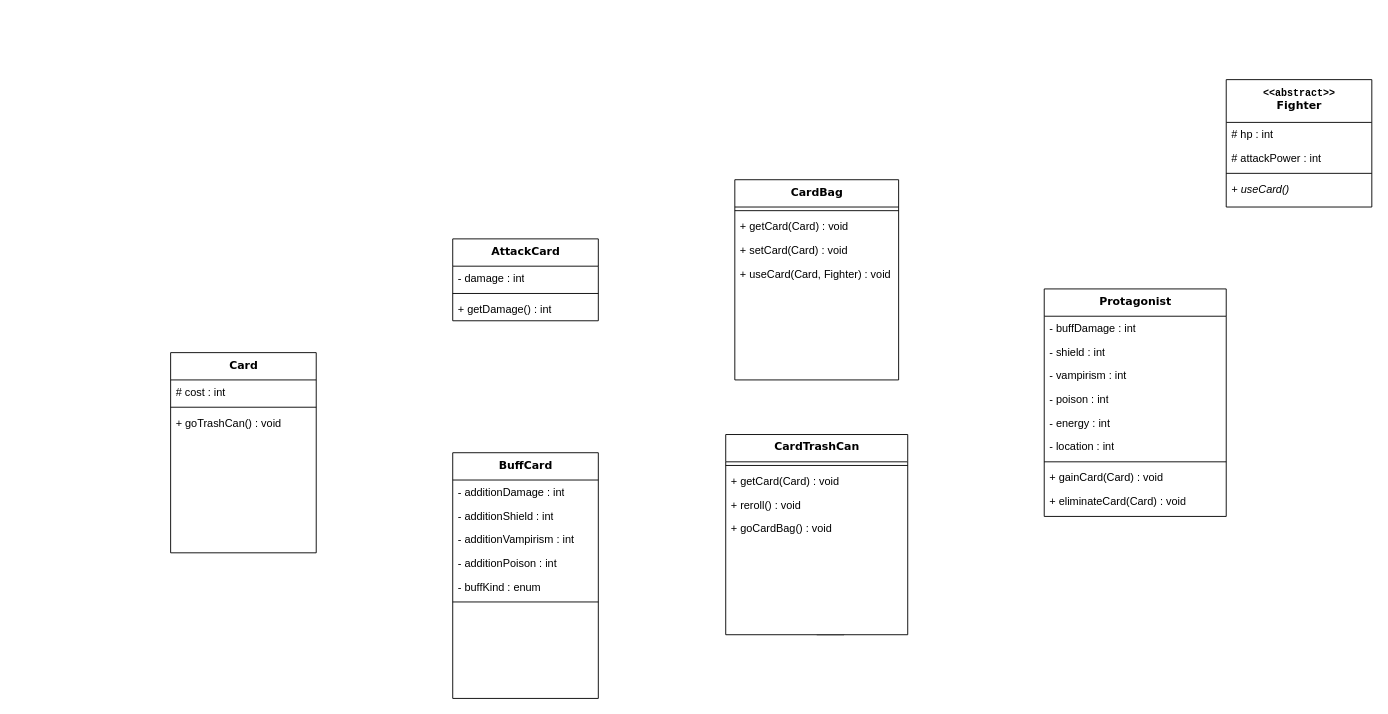
Above: ClassDiagram.drawio in Yoo-SH/slay-of-spire (draw.io), before the change. Source tidied: cells renumbered, new cells numbered last; positions are measured from the earlier drawing's top-left corner, leaving out a move shared by most shapes. Both pictures are drawn from the tidied source at 91%, with x=0, y=0 at pixel (170, 79).
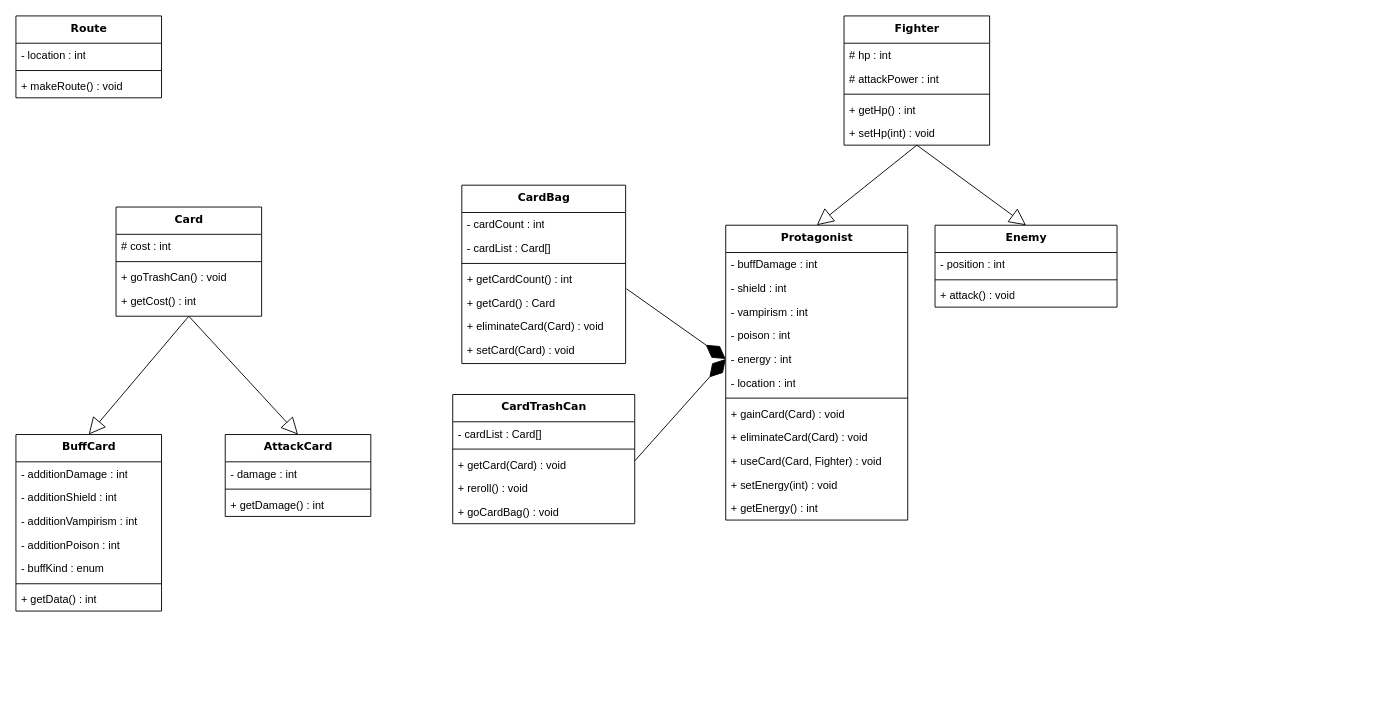
The same page after the edit.

The change refers to these unchanged cells:
```xml
<mxCell id="12" value="- energy&amp;nbsp;&lt;span style=&quot;background-color: initial;&quot;&gt;: int&lt;/span&gt;" style="text;html=1;strokeColor=none;fillColor=none;align=left;verticalAlign=top;spacingLeft=4;spacingRight=4;whiteSpace=wrap;overflow=hidden;points=[[0,0.5],[1,0.5]];portConstraint=eastwest;" parent="7" vertex="1">
  <mxGeometry y="134" width="200" height="26" as="geometry" />
</mxCell>
```

What changed in the source:
```diff
@@
-    <mxCell id="2" value="&lt;font style=&quot;font-size: 11px;&quot; face=&quot;Courier New&quot;&gt;&amp;lt;&amp;lt;abstract&amp;gt;&amp;gt;&lt;/font&gt;&lt;br&gt;Fighter" style="swimlane;html=1;fontStyle=1;align=center;verticalAlign=top;horizontal=1;startSize=47;swimlaneFillColor=#ffffff;rounded=0;shadow=0;comic=0;labelBackgroundColor=none;strokeWidth=1;fillColor=none;fontFamily=Verdana;fontSize=12;" parent="1" vertex="1">
-      <mxGeometry x="1160" width="160" height="140" as="geometry" />
+    <mxCell id="2" value="Fighter" style="swimlane;html=1;fontStyle=1;align=center;verticalAlign=top;horizontal=1;startSize=30;swimlaneFillColor=#ffffff;rounded=0;shadow=0;comic=0;labelBackgroundColor=none;strokeWidth=1;fillColor=none;fontFamily=Verdana;fontSize=12;" parent="1" vertex="1">
+      <mxGeometry x="740" y="-70" width="160" height="142" as="geometry" />
     </mxCell>
     <mxCell id="3" value="# hp : int" style="text;html=1;strokeColor=none;fillColor=none;align=left;verticalAlign=top;spacingLeft=4;spacingRight=4;whiteSpace=wrap;overflow=hidden;" parent="2" vertex="1">
-      <mxGeometry y="47" width="160" height="26" as="geometry" />
+      <mxGeometry y="30" width="160" height="26" as="geometry" />
     </mxCell>
     <mxCell id="4" value="# attackPower : int" style="text;html=1;strokeColor=none;fillColor=none;align=left;verticalAlign=top;spacingLeft=4;spacingRight=4;whiteSpace=wrap;overflow=hidden;" parent="2" vertex="1">
-      <mxGeometry y="73" width="160" height="26" as="geometry" />
+      <mxGeometry y="56" width="160" height="26" as="geometry" />
     </mxCell>
     <mxCell id="5" style="line;html=1;strokeWidth=1;fillColor=none;align=left;verticalAlign=middle;spacingTop=-1;spacingLeft=3;spacingRight=3;labelPosition=right;" parent="2" vertex="1">
-      <mxGeometry y="99" width="160" height="8" as="geometry" />
+      <mxGeometry y="82" width="160" height="8" as="geometry" />
     </mxCell>
-    <mxCell id="6" value="&lt;i&gt;+ useCard()&lt;/i&gt;" style="text;html=1;strokeColor=none;fillColor=none;align=left;verticalAlign=top;spacingLeft=4;spacingRight=4;whiteSpace=wrap;overflow=hidden;" parent="2" vertex="1">
-      <mxGeometry y="107" width="160" height="26" as="geometry" />
-    </mxCell>
+    <mxCell id="43" value="+ getHp() : int" style="text;html=1;strokeColor=none;fillColor=none;align=left;verticalAlign=top;spacingLeft=4;spacingRight=4;whiteSpace=wrap;overflow=hidden;" parent="2" vertex="1">
+      <mxGeometry y="90" width="160" height="26" as="geometry" />
+    </mxCell>
+    <mxCell id="44" value="+ setHp(int) : void" style="text;html=1;strokeColor=none;fillColor=none;align=left;verticalAlign=top;spacingLeft=4;spacingRight=4;whiteSpace=wrap;overflow=hidden;" parent="2" vertex="1">
+      <mxGeometry y="116" width="160" height="26" as="geometry" />
+    </mxCell>
     <mxCell id="7" value="Protagonist" style="swimlane;html=1;fontStyle=1;align=center;verticalAlign=top;horizontal=1;startSize=30;swimlaneFillColor=#ffffff;rounded=0;shadow=0;comic=0;labelBackgroundColor=none;strokeWidth=1;fillColor=none;fontFamily=Verdana;fontSize=12;" parent="1" vertex="1">
-      <mxGeometry x="960" y="230" width="200" height="250" as="geometry" />
+      <mxGeometry x="610" y="160" width="200" height="324" as="geometry" />
     </mxCell>
@@
+    <mxCell id="21" value="+ useCard(Card, Fighter) : void" style="text;html=1;strokeColor=none;fillColor=none;align=left;verticalAlign=top;spacingLeft=4;spacingRight=4;whiteSpace=wrap;overflow=hidden;" parent="7" vertex="1">
+      <mxGeometry y="246" width="200" height="26" as="geometry" />
+    </mxCell>
+    <mxCell id="45" value="+ setEnergy(int) : void" style="text;html=1;strokeColor=none;fillColor=none;align=left;verticalAlign=top;spacingLeft=4;spacingRight=4;whiteSpace=wrap;overflow=hidden;" parent="7" vertex="1">
+      <mxGeometry y="272" width="200" height="26" as="geometry" />
+    </mxCell>
+    <mxCell id="46" value="+ getEnergy() : int" style="text;html=1;strokeColor=none;fillColor=none;align=left;verticalAlign=top;spacingLeft=4;spacingRight=4;whiteSpace=wrap;overflow=hidden;" parent="7" vertex="1">
+      <mxGeometry y="298" width="200" height="26" as="geometry" />
+    </mxCell>
     <mxCell id="17" value="CardBag" style="swimlane;html=1;fontStyle=1;align=center;verticalAlign=top;horizontal=1;startSize=30;swimlaneFillColor=#ffffff;rounded=0;shadow=0;comic=0;labelBackgroundColor=none;strokeWidth=1;fillColor=none;fontFamily=Verdana;fontSize=12;" parent="1" vertex="1">
-      <mxGeometry x="620" y="110" width="180" height="220" as="geometry" />
+      <mxGeometry x="320" y="116" width="180" height="196" as="geometry" />
     </mxCell>
+    <mxCell id="47" value="- cardCount : int" style="text;html=1;strokeColor=none;fillColor=none;align=left;verticalAlign=top;spacingLeft=4;spacingRight=4;whiteSpace=wrap;overflow=hidden;" parent="17" vertex="1">
+      <mxGeometry y="30" width="180" height="26" as="geometry" />
+    </mxCell>
+    <mxCell id="48" value="- cardList : Card[]" style="text;html=1;strokeColor=none;fillColor=none;align=left;verticalAlign=top;spacingLeft=4;spacingRight=4;whiteSpace=wrap;overflow=hidden;" parent="17" vertex="1">
+      <mxGeometry y="56" width="180" height="26" as="geometry" />
+    </mxCell>
     <mxCell id="18" style="line;html=1;strokeWidth=1;fillColor=none;align=left;verticalAlign=middle;spacingTop=-1;spacingLeft=3;spacingRight=3;labelPosition=right;" parent="17" vertex="1">
-      <mxGeometry y="30" width="180" height="8" as="geometry" />
+      <mxGeometry y="82" width="180" height="8" as="geometry" />
     </mxCell>
-    <mxCell id="19" value="+ getCard(Card) : void" style="text;html=1;strokeColor=none;fillColor=none;align=left;verticalAlign=top;spacingLeft=4;spacingRight=4;whiteSpace=wrap;overflow=hidden;" parent="17" vertex="1">
-      <mxGeometry y="38" width="180" height="26" as="geometry" />
-    </mxCell>
+    <mxCell id="49" value="+ getCardCount() : int" style="text;html=1;strokeColor=none;fillColor=none;align=left;verticalAlign=top;spacingLeft=4;spacingRight=4;whiteSpace=wrap;overflow=hidden;" parent="17" vertex="1">
+      <mxGeometry y="90" width="180" height="26" as="geometry" />
+    </mxCell>
+    <mxCell id="50" value="+ getCard() : Card" style="text;html=1;strokeColor=none;fillColor=none;align=left;verticalAlign=top;spacingLeft=4;spacingRight=4;whiteSpace=wrap;overflow=hidden;points=[[0,0.5],[1,0.5]];portConstraint=eastwest;" parent="17" vertex="1">
+      <mxGeometry y="116" width="180" height="26" as="geometry" />
+    </mxCell>
+    <mxCell id="51" value="+ eliminateCard(Card) : void" style="text;html=1;strokeColor=none;fillColor=none;align=left;verticalAlign=top;spacingLeft=4;spacingRight=4;whiteSpace=wrap;overflow=hidden;" parent="17" vertex="1">
+      <mxGeometry y="142" width="180" height="26" as="geometry" />
+    </mxCell>
     <mxCell id="20" value="+ setCard(Card) : void" style="text;html=1;strokeColor=none;fillColor=none;align=left;verticalAlign=top;spacingLeft=4;spacingRight=4;whiteSpace=wrap;overflow=hidden;" parent="17" vertex="1">
-      <mxGeometry y="64" width="180" height="26" as="geometry" />
+      <mxGeometry y="168" width="180" height="28" as="geometry" />
     </mxCell>
-    <mxCell id="21" value="+ useCard(Card, Fighter) : void" style="text;html=1;strokeColor=none;fillColor=none;align=left;verticalAlign=top;spacingLeft=4;spacingRight=4;whiteSpace=wrap;overflow=hidden;" parent="17" vertex="1">
-      <mxGeometry y="90" width="180" height="26" as="geometry" />
-    </mxCell>
-    <mxCell id="22" style="edgeStyle=orthogonalEdgeStyle;rounded=0;jettySize=auto;html=1;exitX=0.5;exitY=1;exitDx=0;exitDy=0;" parent="1" edge="1" source="23">
-      <mxGeometry relative="1" as="geometry">
-        <mxPoint x="740" y="600" as="targetPoint" />
-      </mxGeometry>
-    </mxCell>
     <mxCell id="23" value="CardTrashCan" style="swimlane;html=1;fontStyle=1;align=center;verticalAlign=top;horizontal=1;startSize=30;swimlaneFillColor=#ffffff;rounded=0;shadow=0;comic=0;labelBackgroundColor=none;strokeWidth=1;fillColor=none;fontFamily=Verdana;fontSize=12;" parent="1" vertex="1">
-      <mxGeometry x="610" y="390" width="200" height="220" as="geometry" />
+      <mxGeometry x="310" y="346" width="200" height="142" as="geometry" />
     </mxCell>
+    <mxCell id="52" value="- cardList : Card[]" style="text;html=1;strokeColor=none;fillColor=none;align=left;verticalAlign=top;spacingLeft=4;spacingRight=4;whiteSpace=wrap;overflow=hidden;" parent="23" vertex="1">
+      <mxGeometry y="30" width="200" height="26" as="geometry" />
+    </mxCell>
     <mxCell id="24" style="line;html=1;strokeWidth=1;fillColor=none;align=left;verticalAlign=middle;spacingTop=-1;spacingLeft=3;spacingRight=3;labelPosition=right;" parent="23" vertex="1">
-      <mxGeometry y="30" width="200" height="8" as="geometry" />
+      <mxGeometry y="56" width="200" height="8" as="geometry" />
     </mxCell>
     <mxCell id="25" value="+ getCard(Card) : void" style="text;html=1;strokeColor=none;fillColor=none;align=left;verticalAlign=top;spacingLeft=4;spacingRight=4;whiteSpace=wrap;overflow=hidden;points=[[0,0.5],[1,0.5]];portConstraint=eastwest;" parent="23" vertex="1">
-      <mxGeometry y="38" width="200" height="26" as="geometry" />
+      <mxGeometry y="64" width="200" height="26" as="geometry" />
     </mxCell>
     <mxCell id="26" value="+ reroll() : void" style="text;html=1;strokeColor=none;fillColor=none;align=left;verticalAlign=top;spacingLeft=4;spacingRight=4;whiteSpace=wrap;overflow=hidden;" parent="23" vertex="1">
-      <mxGeometry y="64" width="200" height="26" as="geometry" />
+      <mxGeometry y="90" width="200" height="26" as="geometry" />
     </mxCell>
     <mxCell id="27" value="+ goCardBag() : void" style="text;html=1;strokeColor=none;fillColor=none;align=left;verticalAlign=top;spacingLeft=4;spacingRight=4;whiteSpace=wrap;overflow=hidden;" parent="23" vertex="1">
-      <mxGeometry y="90" width="200" height="26" as="geometry" />
+      <mxGeometry y="116" width="200" height="26" as="geometry" />
     </mxCell>
     <mxCell id="28" value="AttackCard" style="swimlane;html=1;fontStyle=1;align=center;verticalAlign=top;horizontal=1;startSize=30;swimlaneFillColor=#ffffff;rounded=0;shadow=0;comic=0;labelBackgroundColor=none;strokeWidth=1;fillColor=none;fontFamily=Verdana;fontSize=12;" parent="1" vertex="1">
-      <mxGeometry x="310" y="175" width="160" height="90" as="geometry" />
+      <mxGeometry x="60" y="390" width="160" height="90" as="geometry" />
     </mxCell>
@@
     <mxCell id="32" value="Card" style="swimlane;html=1;fontStyle=1;align=center;verticalAlign=top;horizontal=1;startSize=30;swimlaneFillColor=#ffffff;rounded=0;shadow=0;comic=0;labelBackgroundColor=none;strokeWidth=1;fillColor=none;fontFamily=Verdana;fontSize=12;" parent="1" vertex="1">
-      <mxGeometry y="300" width="160" height="220" as="geometry" />
+      <mxGeometry x="-60" y="140" width="160" height="120" as="geometry" />
     </mxCell>
@@
+    <mxCell id="53" value="+ getCost() : int" style="text;html=1;strokeColor=none;fillColor=none;align=left;verticalAlign=top;spacingLeft=4;spacingRight=4;whiteSpace=wrap;overflow=hidden;" parent="32" vertex="1">
+      <mxGeometry y="90" width="160" height="26" as="geometry" />
+    </mxCell>
     <mxCell id="36" value="BuffCard" style="swimlane;html=1;fontStyle=1;align=center;verticalAlign=top;horizontal=1;startSize=30;swimlaneFillColor=#ffffff;rounded=0;shadow=0;comic=0;labelBackgroundColor=none;strokeWidth=1;fillColor=none;fontFamily=Verdana;fontSize=12;" parent="1" vertex="1">
-      <mxGeometry x="310" y="410" width="160" height="270" as="geometry" />
+      <mxGeometry x="-170" y="390" width="160" height="194" as="geometry" />
     </mxCell>
@@
+    <mxCell id="54" value="+ getData() : int" style="text;html=1;strokeColor=none;fillColor=none;align=left;verticalAlign=top;spacingLeft=4;spacingRight=4;whiteSpace=wrap;overflow=hidden;" parent="36" vertex="1">
+      <mxGeometry y="168" width="160" height="22" as="geometry" />
+    </mxCell>
+    <mxCell id="55" style="endArrow=block;endSize=16;endFill=0;html=1;rounded=0;entryX=0.5;entryY=0;entryDx=0;entryDy=0;exitX=0.5;exitY=1;exitDx=0;exitDy=0;" parent="1" edge="1" source="32" target="28">
+      <mxGeometry relative="1" as="geometry" />
+    </mxCell>
+    <mxCell id="56" style="endArrow=block;endSize=16;endFill=0;html=1;rounded=0;entryX=0.5;entryY=0;entryDx=0;entryDy=0;exitX=0.5;exitY=1;exitDx=0;exitDy=0;" parent="1" edge="1" source="32" target="36">
+      <mxGeometry relative="1" as="geometry" />
+    </mxCell>
+    <mxCell id="57" value="Enemy" style="swimlane;html=1;fontStyle=1;align=center;verticalAlign=top;horizontal=1;startSize=30;swimlaneFillColor=#ffffff;rounded=0;shadow=0;comic=0;labelBackgroundColor=none;strokeWidth=1;fillColor=none;fontFamily=Verdana;fontSize=12;" parent="1" vertex="1">
+      <mxGeometry x="840" y="160" width="200" height="90" as="geometry" />
+    </mxCell>
+    <mxCell id="58" value="- position&amp;nbsp;&lt;span style=&quot;background-color: initial;&quot;&gt;: int&lt;/span&gt;" style="text;html=1;strokeColor=none;fillColor=none;align=left;verticalAlign=top;spacingLeft=4;spacingRight=4;whiteSpace=wrap;overflow=hidden;" parent="57" vertex="1">
+      <mxGeometry y="30" width="200" height="26" as="geometry" />
+    </mxCell>
+    <mxCell id="59" style="line;html=1;strokeWidth=1;fillColor=none;align=left;verticalAlign=middle;spacingTop=-1;spacingLeft=3;spacingRight=3;labelPosition=right;" parent="57" vertex="1">
+      <mxGeometry y="56" width="200" height="8" as="geometry" />
+    </mxCell>
+    <mxCell id="60" value="+ attack() : void" style="text;html=1;strokeColor=none;fillColor=none;align=left;verticalAlign=top;spacingLeft=4;spacingRight=4;whiteSpace=wrap;overflow=hidden;" parent="57" vertex="1">
+      <mxGeometry y="64" width="200" height="26" as="geometry" />
+    </mxCell>
+    <mxCell id="61" style="endArrow=block;endSize=16;endFill=0;html=1;rounded=0;entryX=0.5;entryY=0;entryDx=0;entryDy=0;exitX=0.5;exitY=1;exitDx=0;exitDy=0;" parent="1" edge="1" source="2" target="7">
+      <mxGeometry relative="1" as="geometry" />
+    </mxCell>
+    <mxCell id="62" style="endArrow=block;endSize=16;endFill=0;html=1;rounded=0;entryX=0.5;entryY=0;entryDx=0;entryDy=0;exitX=0.5;exitY=1;exitDx=0;exitDy=0;" parent="1" edge="1" source="2" target="57">
+      <mxGeometry relative="1" as="geometry" />
+    </mxCell>
+    <mxCell id="63" style="endArrow=diamondThin;endFill=1;endSize=24;html=1;rounded=0;entryX=0;entryY=0.5;entryDx=0;entryDy=0;exitX=1.005;exitY=-0.084;exitDx=0;exitDy=0;exitPerimeter=0;" parent="1" edge="1" source="50" target="12">
+      <mxGeometry relative="1" as="geometry" />
+    </mxCell>
+    <mxCell id="64" style="endArrow=diamondThin;endFill=1;endSize=24;html=1;rounded=0;exitX=1;exitY=0.346;exitDx=0;exitDy=0;exitPerimeter=0;entryX=0;entryY=0.5;entryDx=0;entryDy=0;" parent="1" edge="1" source="25" target="12">
+      <mxGeometry relative="1" as="geometry" />
+    </mxCell>
+    <mxCell id="65" value="Route" style="swimlane;html=1;fontStyle=1;align=center;verticalAlign=top;horizontal=1;startSize=30;swimlaneFillColor=#ffffff;rounded=0;shadow=0;comic=0;labelBackgroundColor=none;strokeWidth=1;fillColor=none;fontFamily=Verdana;fontSize=12;" parent="1" vertex="1">
+      <mxGeometry x="-170" y="-70" width="160" height="90" as="geometry" />
+    </mxCell>
+    <mxCell id="66" value="- location : int" style="text;html=1;strokeColor=none;fillColor=none;align=left;verticalAlign=top;spacingLeft=4;spacingRight=4;whiteSpace=wrap;overflow=hidden;" parent="65" vertex="1">
+      <mxGeometry y="30" width="160" height="26" as="geometry" />
+    </mxCell>
+    <mxCell id="67" style="line;html=1;strokeWidth=1;fillColor=none;align=left;verticalAlign=middle;spacingTop=-1;spacingLeft=3;spacingRight=3;labelPosition=right;" parent="65" vertex="1">
+      <mxGeometry y="56" width="160" height="8" as="geometry" />
+    </mxCell>
+    <mxCell id="68" value="+ makeRoute() : void" style="text;html=1;strokeColor=none;fillColor=none;align=left;verticalAlign=top;spacingLeft=4;spacingRight=4;whiteSpace=wrap;overflow=hidden;" parent="65" vertex="1">
+      <mxGeometry y="64" width="160" height="26" as="geometry" />
+    </mxCell>
```
